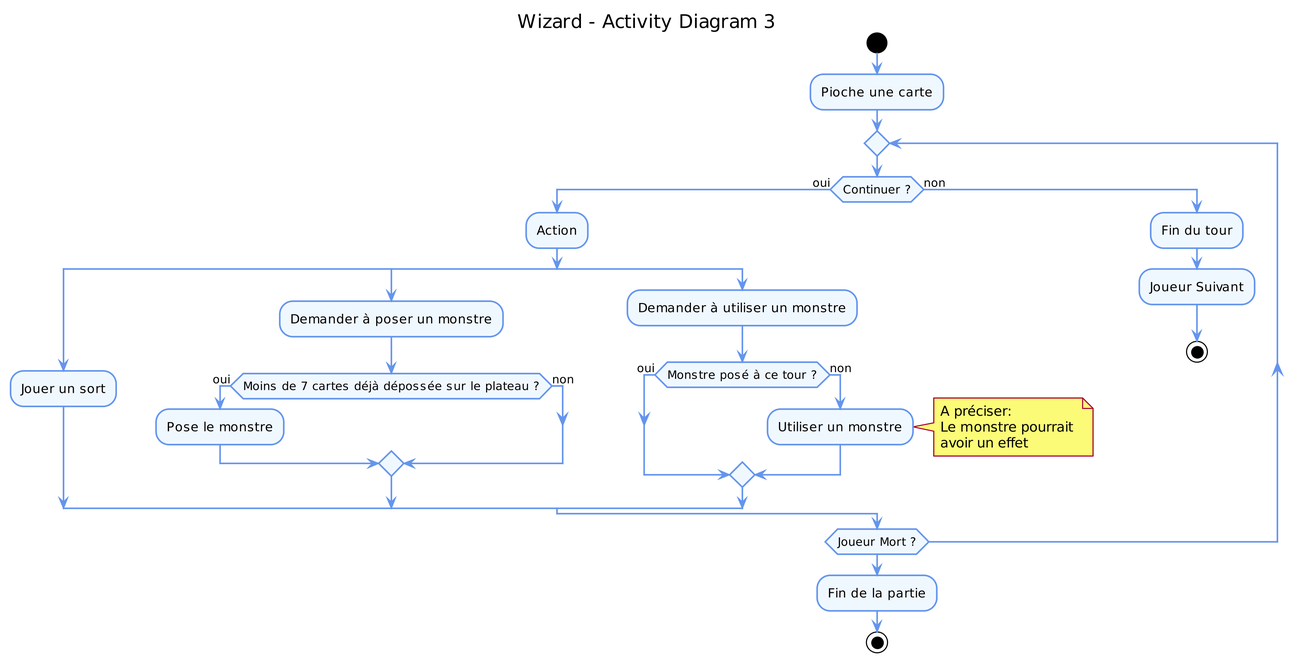
The PlantUML diagram uml_files/ActivityDiagram3.png in elishadrion/tetris, before a commit.
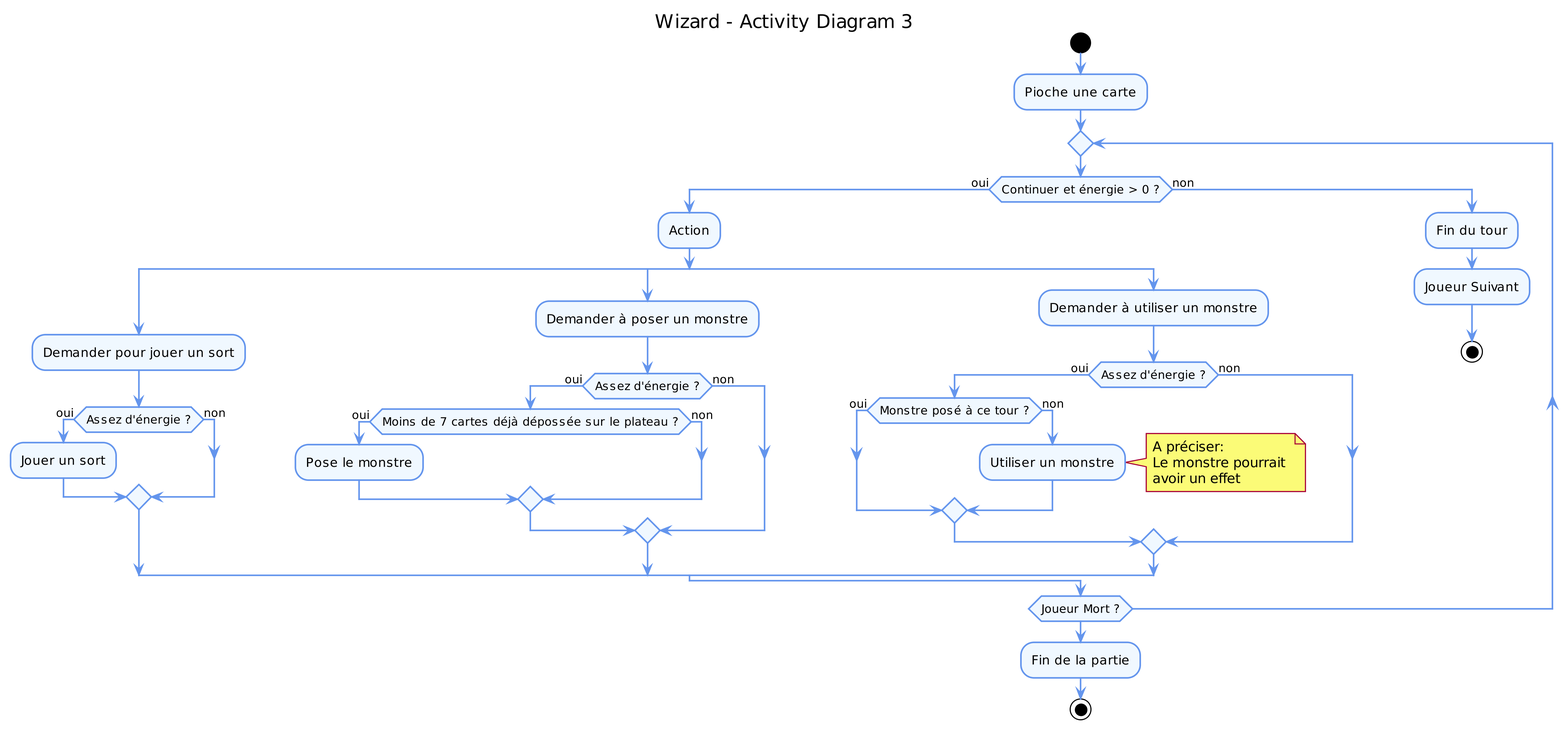
Above is the later version.

Commit message:
Ajout de l'énergie dans le diagramme

What changed in the source:
```diff
@@ -19,26 +19,36 @@
 start
 :Pioche une carte;
 repeat
-  if(Continuer ?) then (oui)
+  if(Continuer et énergie > 0 ?) then (oui)
     :Action;
     split
-      :Jouer un sort;
+      :Demander pour jouer un sort;
+      if(Assez d'énergie ?) then (oui)
+        :Jouer un sort;
+      else (non)
+      endif
     split again
       :Demander à poser un monstre;
-      if(Moins de 7 cartes déjà dépossée sur le plateau ?) then (oui)
-        :Pose le monstre;
+      if(Assez d'énergie ?) then (oui)
+        if(Moins de 7 cartes déjà dépossée sur le plateau ?) then (oui)
+          :Pose le monstre;
+        else (non)
+        endif
       else (non)
       endif
     split again
       :Demander à utiliser un monstre;
-      if(Monstre posé à ce tour ?) then (oui)
+      if(Assez d'énergie ?) then (oui)
+        if(Monstre posé à ce tour ?) then (oui)
+        else (non)
+          :Utiliser un monstre;
+          note right
+            A préciser:
+            Le monstre pourrait
+            avoir un effet
+          end note
+        endif
       else (non)
-        :Utiliser un monstre;
-        note right
-          A préciser:
-          Le monstre pourrait
-          avoir un effet
-        end note
       endif
     end split
   else (non)
```
